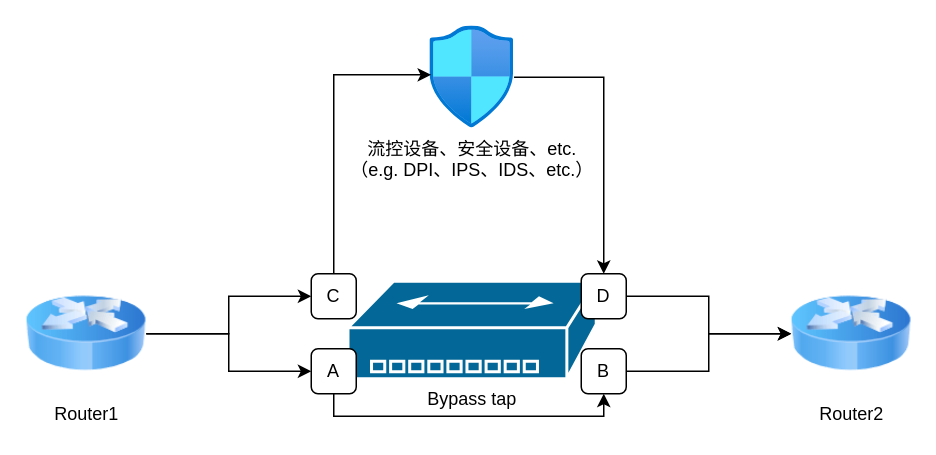
Before: 7.信息安全/bypass.drawio in DesistDaydream/draw, a draw.io diagram. Source tidied: cells renumbered, new cells numbered last; positions are measured from the earlier drawing's top-left corner, leaving out a move shared by most shapes. Both pictures are drawn from the tidied source at 150%, with x=0, y=0 at pixel (26, 26).
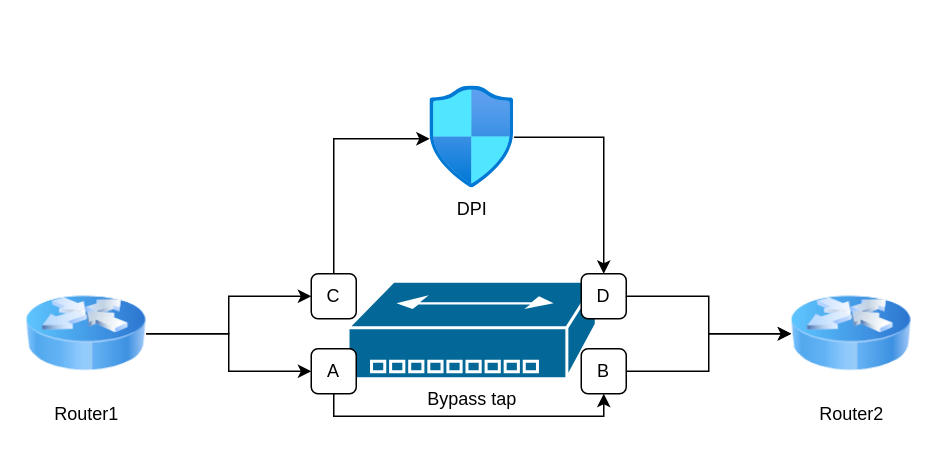
After the change.

What changed in the source:
```diff
@@
 <mxGraphModel>
   <root>
     <mxCell id="0" />
     <mxCell id="1" parent="0" />
     <mxCell id="2" style="edgeStyle=orthogonalEdgeStyle;rounded=0;jettySize=auto;html=1;entryX=0;entryY=0.5;entryDx=0;entryDy=0;" parent="1" edge="1" source="4" target="9">
       <mxGeometry relative="1" as="geometry" />
     </mxCell>
     <mxCell id="3" style="edgeStyle=orthogonalEdgeStyle;rounded=0;jettySize=auto;html=1;entryX=0;entryY=0.5;entryDx=0;entryDy=0;" parent="1" edge="1" source="4" target="11">
       <mxGeometry relative="1" as="geometry" />
     </mxCell>
     <mxCell id="4" value="Router1" style="image;html=1;image=img/lib/clip_art/networking/Router_Icon_128x128.png;" parent="1" vertex="1">
       <mxGeometry y="165" width="80" height="80" as="geometry" />
     </mxCell>
     <mxCell id="5" value="Router2" style="image;html=1;image=img/lib/clip_art/networking/Router_Icon_128x128.png;" parent="1" vertex="1">
       <mxGeometry x="510" y="165" width="80" height="80" as="geometry" />
     </mxCell>
     <mxCell id="6" style="edgeStyle=orthogonalEdgeStyle;rounded=0;jettySize=auto;html=1;entryX=0.5;entryY=0;entryDx=0;entryDy=0;" parent="1" edge="1" source="7" target="15">
       <mxGeometry relative="1" as="geometry" />
     </mxCell>
-    <mxCell id="7" value="流控设备、安全设备、etc.&lt;div&gt;（e.g. DPI、IPS、IDS、etc.）&lt;/div&gt;" style="image;html=1;points=[];align=center;fontSize=12;image=img/lib/azure2/networking/Network_Security_Groups.svg;" parent="1" vertex="1">
-      <mxGeometry x="269.2" width="56" height="68" as="geometry" />
+    <mxCell id="7" value="DPI" style="image;html=1;points=[];align=center;fontSize=12;image=img/lib/azure2/networking/Network_Security_Groups.svg;" parent="1" vertex="1">
+      <mxGeometry x="269.2" y="40" width="56" height="68" as="geometry" />
     </mxCell>
     <mxCell id="8" value="Bypass tap" style="shape=mxgraph.cisco.hubs_and_gateways.small_hub;sketch=0;html=1;dashed=0;fillColor=#036897;strokeColor=#ffffff;strokeWidth=2;verticalLabelPosition=bottom;verticalAlign=top;align=center;" parent="1" vertex="1">
       <mxGeometry x="214.5" y="170" width="165.5" height="65" as="geometry" />
     </mxCell>
     <mxCell id="9" value="C" style="rounded=1;whiteSpace=wrap;html=1;" parent="1" vertex="1">
       <mxGeometry x="190" y="165" width="30" height="30" as="geometry" />
     </mxCell>
     <mxCell id="10" style="edgeStyle=orthogonalEdgeStyle;rounded=0;jettySize=auto;html=1;entryX=0.5;entryY=1;entryDx=0;entryDy=0;" parent="1" edge="1" source="11" target="13">
       <mxGeometry relative="1" as="geometry">
         <Array as="points">
           <mxPoint x="205" y="260" />
           <mxPoint x="385" y="260" />
         </Array>
       </mxGeometry>
     </mxCell>
     <mxCell id="11" value="A" style="rounded=1;whiteSpace=wrap;html=1;" parent="1" vertex="1">
       <mxGeometry x="190" y="215" width="30" height="30" as="geometry" />
     </mxCell>
     <mxCell id="12" style="edgeStyle=orthogonalEdgeStyle;rounded=0;jettySize=auto;html=1;entryX=0;entryY=0.5;entryDx=0;entryDy=0;" parent="1" edge="1" source="13" target="5">
       <mxGeometry relative="1" as="geometry" />
     </mxCell>
     <mxCell id="13" value="B" style="rounded=1;whiteSpace=wrap;html=1;" parent="1" vertex="1">
       <mxGeometry x="370" y="215" width="30" height="30" as="geometry" />
     </mxCell>
     <mxCell id="14" style="edgeStyle=orthogonalEdgeStyle;rounded=0;jettySize=auto;html=1;" parent="1" edge="1" source="15" target="5">
       <mxGeometry relative="1" as="geometry" />
     </mxCell>
     <mxCell id="15" value="D" style="rounded=1;whiteSpace=wrap;html=1;" parent="1" vertex="1">
       <mxGeometry x="370" y="165" width="30" height="30" as="geometry" />
     </mxCell>
-    <mxCell id="16" style="edgeStyle=orthogonalEdgeStyle;rounded=0;jettySize=auto;html=1;entryX=0.012;entryY=0.476;entryDx=0;entryDy=0;entryPerimeter=0;" parent="1" edge="1" source="9" target="7">
-      <mxGeometry relative="1" as="geometry">
-        <Array as="points">
-          <mxPoint x="205" y="32" />
-        </Array>
-      </mxGeometry>
+    <mxCell id="16" style="edgeStyle=orthogonalEdgeStyle;rounded=0;jettySize=auto;html=1;entryX=-0.004;entryY=0.515;entryDx=0;entryDy=0;entryPerimeter=0;exitX=0.5;exitY=0;exitDx=0;exitDy=0;" parent="1" edge="1" source="9" target="7">
+      <mxGeometry relative="1" as="geometry" />
     </mxCell>
   </root>
 </mxGraphModel>
```
